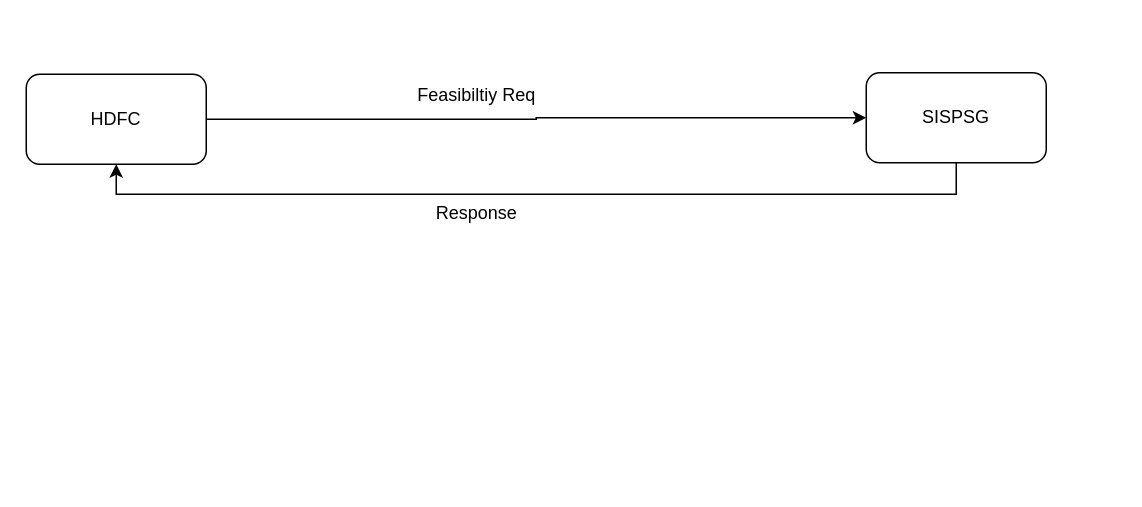
This is Hdfc.drawio from ubermachine/Drawio, a draw.io file, before an edit. Source tidied: cells renumbered, new cells numbered last; positions are measured from the earlier drawing's top-left corner, leaving out a move shared by most shapes. Both pictures are drawn from the tidied source at 150%, with x=0, y=0 at pixel (26, 72).
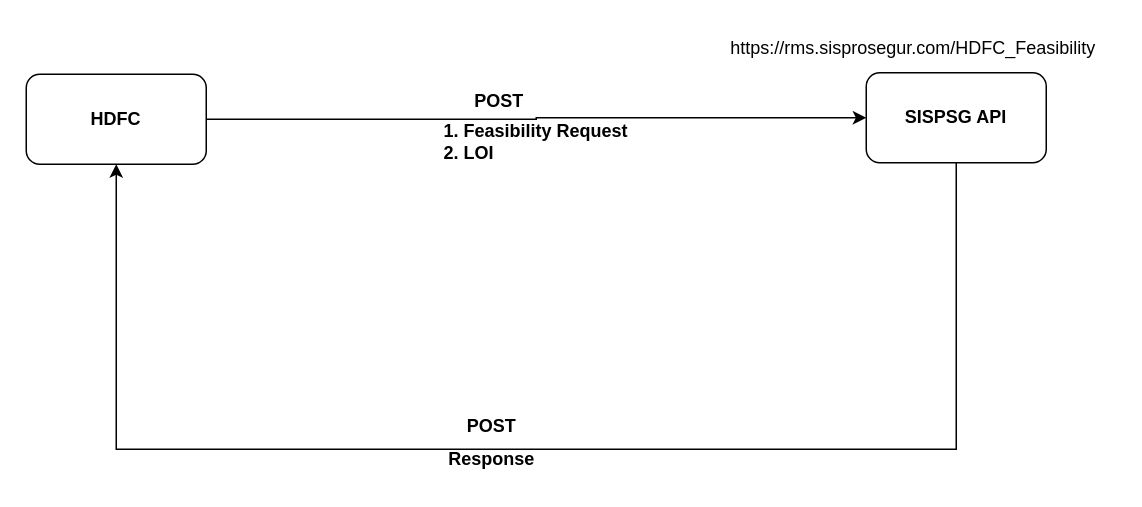
The same diagram, later.

The edit, as a diff of the source:
```diff
@@
 <mxGraphModel>
   <root>
     <mxCell id="0" />
     <mxCell id="1" parent="0" />
     <mxCell id="2" style="edgeStyle=orthogonalEdgeStyle;rounded=0;jettySize=auto;html=1;" parent="1" edge="1" source="3" target="5">
       <mxGeometry relative="1" as="geometry" />
     </mxCell>
-    <mxCell id="3" value="HDFC" style="rounded=1;whiteSpace=wrap;html=1;" parent="1" vertex="1">
+    <mxCell id="3" value="HDFC" style="rounded=1;whiteSpace=wrap;html=1;fontStyle=1;" parent="1" vertex="1">
       <mxGeometry y="1" width="120" height="60" as="geometry" />
     </mxCell>
     <mxCell id="4" style="edgeStyle=orthogonalEdgeStyle;rounded=0;jettySize=auto;html=1;exitX=0.5;exitY=1;exitDx=0;exitDy=0;entryX=0.5;entryY=1;entryDx=0;entryDy=0;" parent="1" edge="1" source="5" target="3">
-      <mxGeometry relative="1" as="geometry" />
+      <mxGeometry relative="1" as="geometry">
+        <Array as="points">
+          <mxPoint x="620" y="251" />
+          <mxPoint x="60" y="251" />
+        </Array>
+      </mxGeometry>
     </mxCell>
-    <mxCell id="5" value="SISPSG" style="whiteSpace=wrap;html=1;rounded=1;" parent="1" vertex="1">
+    <mxCell id="5" value="SISPSG API" style="whiteSpace=wrap;html=1;rounded=1;fontStyle=1;" parent="1" vertex="1">
       <mxGeometry x="560" width="120" height="60" as="geometry" />
     </mxCell>
-    <mxCell id="6" value="Feasibiltiy Req" style="text;html=1;align=center;verticalAlign=middle;strokeColor=none;fillColor=none;" parent="1" vertex="1">
-      <mxGeometry x="250" width="100" height="30" as="geometry" />
+    <mxCell id="6" value="&lt;div align=&quot;left&quot;&gt;&lt;ol&gt;&lt;li&gt;Feasibility Request&lt;/li&gt;&lt;li&gt;LOI&lt;/li&gt;&lt;/ol&gt;&lt;/div&gt;" style="text;html=1;align=left;verticalAlign=middle;strokeColor=none;fillColor=none;fontStyle=1;" parent="1" vertex="1">
+      <mxGeometry x="250" y="11" width="170" height="70" as="geometry" />
     </mxCell>
-    <mxCell id="7" value="Response" style="text;html=1;align=center;verticalAlign=middle;strokeColor=none;fillColor=none;" parent="1" vertex="1">
-      <mxGeometry x="260" y="79" width="80" height="30" as="geometry" />
+    <mxCell id="7" value="Response" style="text;html=1;align=center;verticalAlign=middle;strokeColor=none;fillColor=none;fontStyle=1;" parent="1" vertex="1">
+      <mxGeometry x="270" y="243" width="80" height="30" as="geometry" />
     </mxCell>
+    <mxCell id="8" value="POST" style="text;html=1;align=center;verticalAlign=middle;strokeColor=none;fillColor=none;fontStyle=1;" parent="1" vertex="1">
+      <mxGeometry x="285" y="4" width="60" height="30" as="geometry" />
+    </mxCell>
+    <mxCell id="9" value="POST" style="text;html=1;align=center;verticalAlign=middle;strokeColor=none;fillColor=none;fontStyle=1;" parent="1" vertex="1">
+      <mxGeometry x="280" y="221" width="60" height="30" as="geometry" />
+    </mxCell>
+    <mxCell id="10" value="https://rms.sisprosegur.com/HDFC_Feasibility" style="text;html=1;align=center;verticalAlign=middle;strokeColor=none;fillColor=none;" parent="1" vertex="1">
+      <mxGeometry x="456" y="-31" width="270" height="30" as="geometry" />
+    </mxCell>
   </root>
 </mxGraphModel>
```
